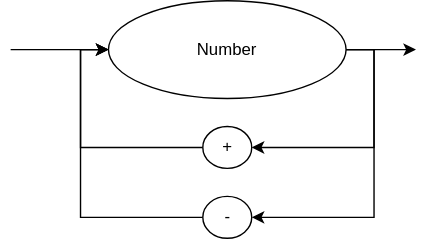
Before: SyntaticDiagram.svg, a diagram exported from draw.io (CEDipEngineering/LogComp2022). Source tidied: cells renumbered, new cells last; positions are measured from the earlier drawing's top-left corner, leaving out a move shared by most shapes.
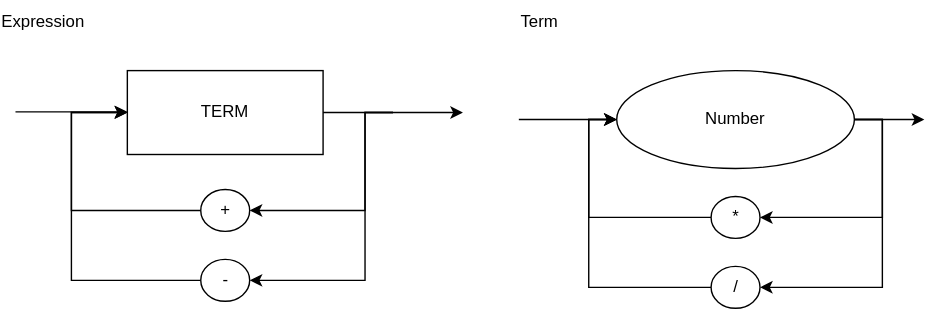
The same file after the commit.

What changed in the source:
```diff
@@ -27,14 +27,78 @@
     <mxCell id="7" style="edgeStyle=orthogonalEdgeStyle;rounded=0;jettySize=auto;html=1;exitX=0;exitY=0.5;exitDx=0;exitDy=0;entryX=0;entryY=0.5;entryDx=0;entryDy=0;" parent="1" edge="1" source="8" target="6">
       <mxGeometry relative="1" as="geometry" />
     </mxCell>
-    <mxCell id="8" value="+" style="ellipse;whiteSpace=wrap;html=1;" parent="1" vertex="1">
+    <mxCell id="8" value="*" style="ellipse;whiteSpace=wrap;html=1;" parent="1" vertex="1">
       <mxGeometry x="137.5" y="90" width="35" height="30" as="geometry" />
     </mxCell>
     <mxCell id="9" style="edgeStyle=orthogonalEdgeStyle;rounded=0;jettySize=auto;html=1;exitX=0;exitY=0.5;exitDx=0;exitDy=0;entryX=0;entryY=0.5;entryDx=0;entryDy=0;" parent="1" edge="1" source="10" target="6">
       <mxGeometry relative="1" as="geometry" />
     </mxCell>
-    <mxCell id="10" value="-" style="ellipse;whiteSpace=wrap;html=1;" parent="1" vertex="1">
+    <mxCell id="10" value="/" style="ellipse;whiteSpace=wrap;html=1;" parent="1" vertex="1">
       <mxGeometry x="137.5" y="140" width="35" height="30" as="geometry" />
     </mxCell>
+    <mxCell id="11" value="TERM" style="rounded=0;whiteSpace=wrap;html=1;" parent="1" vertex="1">
+      <mxGeometry x="-280" width="140" height="60" as="geometry" />
+    </mxCell>
+    <mxCell id="12" style="edgeStyle=orthogonalEdgeStyle;rounded=0;jettySize=auto;html=1;exitX=1;exitY=0.5;exitDx=0;exitDy=0;entryX=1;entryY=0.5;entryDx=0;entryDy=0;" parent="1" edge="1" target="17">
+      <mxGeometry relative="1" as="geometry">
+        <mxPoint x="-90" y="30" as="sourcePoint" />
+        <Array as="points">
+          <mxPoint x="-110" y="30" />
+          <mxPoint x="-110" y="100" />
+        </Array>
+      </mxGeometry>
+    </mxCell>
+    <mxCell id="13" style="edgeStyle=orthogonalEdgeStyle;rounded=0;jettySize=auto;html=1;exitX=1;exitY=0.5;exitDx=0;exitDy=0;entryX=1;entryY=0.5;entryDx=0;entryDy=0;" parent="1" edge="1" target="19">
+      <mxGeometry relative="1" as="geometry">
+        <mxPoint x="-90" y="30" as="sourcePoint" />
+        <Array as="points">
+          <mxPoint x="-110" y="30" />
+          <mxPoint x="-110" y="150" />
+        </Array>
+      </mxGeometry>
+    </mxCell>
+    <mxCell id="14" style="edgeStyle=orthogonalEdgeStyle;rounded=0;jettySize=auto;html=1;exitX=1;exitY=0.5;exitDx=0;exitDy=0;" parent="1" edge="1" source="11">
+      <mxGeometry relative="1" as="geometry">
+        <mxPoint x="-40" y="30" as="targetPoint" />
+      </mxGeometry>
+    </mxCell>
+    <mxCell id="15" style="edgeStyle=orthogonalEdgeStyle;rounded=0;orthogonalLoop=1;jettySize=auto;html=1;startArrow=classic;startFill=1;endArrow=none;endFill=0;" parent="1" edge="1">
+      <mxGeometry relative="1" as="geometry">
+        <mxPoint x="-280" y="30" as="sourcePoint" />
+        <mxPoint x="-360" y="29.5" as="targetPoint" />
+        <Array as="points">
+          <mxPoint x="-360" y="29.5" />
+        </Array>
+      </mxGeometry>
+    </mxCell>
+    <mxCell id="16" style="edgeStyle=orthogonalEdgeStyle;rounded=0;jettySize=auto;html=1;exitX=0;exitY=0.5;exitDx=0;exitDy=0;entryX=0;entryY=0.5;entryDx=0;entryDy=0;" parent="1" edge="1" source="17" target="11">
+      <mxGeometry relative="1" as="geometry">
+        <Array as="points">
+          <mxPoint x="-320" y="100" />
+          <mxPoint x="-320" y="30" />
+        </Array>
+      </mxGeometry>
+    </mxCell>
+    <mxCell id="17" value="+" style="ellipse;whiteSpace=wrap;html=1;" parent="1" vertex="1">
+      <mxGeometry x="-227.5" y="85" width="35" height="30" as="geometry" />
+    </mxCell>
+    <mxCell id="18" style="edgeStyle=orthogonalEdgeStyle;rounded=0;jettySize=auto;html=1;exitX=0;exitY=0.5;exitDx=0;exitDy=0;" parent="1" edge="1" source="19">
+      <mxGeometry relative="1" as="geometry">
+        <mxPoint x="-280" y="30" as="targetPoint" />
+        <Array as="points">
+          <mxPoint x="-320" y="150" />
+          <mxPoint x="-320" y="30" />
+        </Array>
+      </mxGeometry>
+    </mxCell>
+    <mxCell id="19" value="-" style="ellipse;whiteSpace=wrap;html=1;" parent="1" vertex="1">
+      <mxGeometry x="-227.5" y="135" width="35" height="30" as="geometry" />
+    </mxCell>
+    <mxCell id="20" value="Expression" style="text;html=1;strokeColor=none;fillColor=none;align=center;verticalAlign=middle;whiteSpace=wrap;rounded=0;" parent="1" vertex="1">
+      <mxGeometry x="-370" y="-50" width="60" height="30" as="geometry" />
+    </mxCell>
+    <mxCell id="21" value="Term" style="text;html=1;strokeColor=none;fillColor=none;align=center;verticalAlign=middle;whiteSpace=wrap;rounded=0;" parent="1" vertex="1">
+      <mxGeometry x="-15" y="-50" width="60" height="30" as="geometry" />
+    </mxCell>
   </root>
 </mxGraphModel>
```
